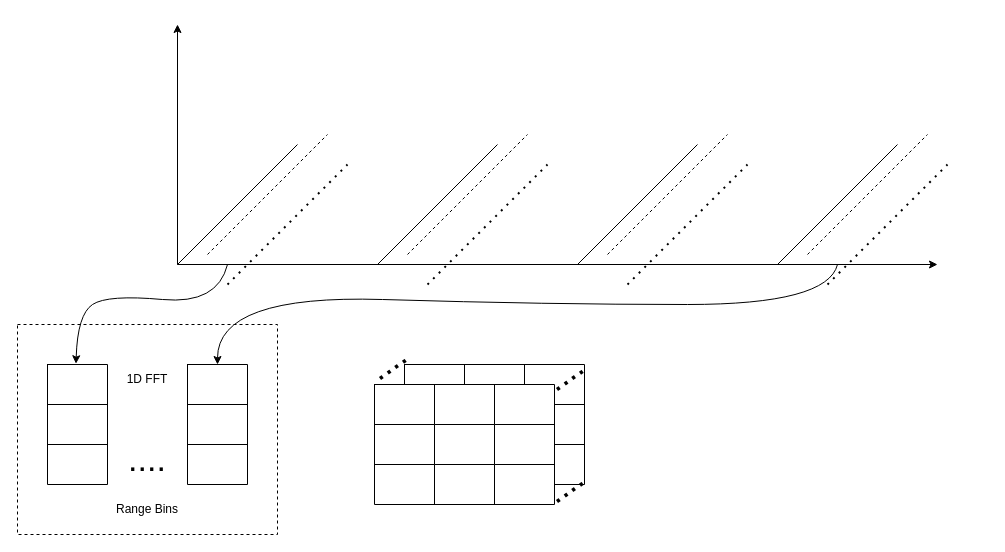
Before: Figures/systemDesign/targetLoc.drawio in Mikkelnn/ESD6-Project, a draw.io diagram. Source tidied: cells renumbered, new cells numbered last; positions are measured from the earlier drawing's top-left corner, leaving out a move shared by most shapes. Both pictures are drawn from the tidied source at 100%, with x=0, y=0 at pixel (17, 24).
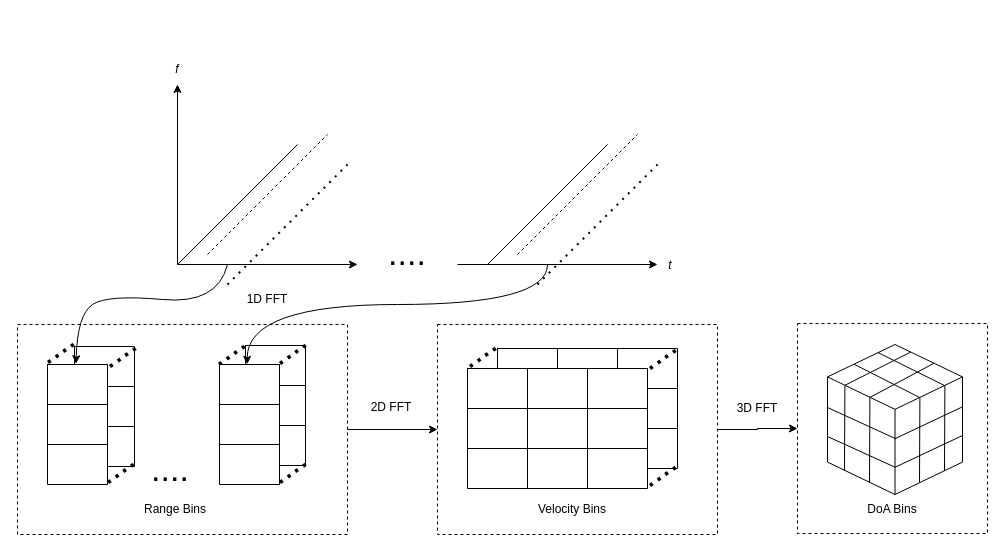
The same diagram, later.

The change refers to these unchanged cells:
```xml
<mxCell id="39" style="shape=tableRow;horizontal=0;startSize=0;swimlaneHead=0;swimlaneBody=0;strokeColor=inherit;top=0;left=0;bottom=0;right=0;fillColor=none;points=[[0,0.5],[1,0.5]];portConstraint=eastwest;fontSize=16;" parent="38" vertex="1">
  <mxGeometry width="60" height="40" as="geometry" />
</mxCell>
```

The edit, as a diff of the source:
```diff
@@
+    <mxCell id="65" style="rounded=0;whiteSpace=wrap;html=1;fillColor=none;dashed=1;" parent="1" vertex="1">
+      <mxGeometry x="780" y="299" width="190" height="210" as="geometry" />
+    </mxCell>
+    <mxCell id="66" style="edgeStyle=orthogonalEdgeStyle;rounded=0;jettySize=auto;html=1;exitX=1;exitY=0.5;exitDx=0;exitDy=0;" parent="1" edge="1" source="67" target="65">
+      <mxGeometry relative="1" as="geometry" />
+    </mxCell>
+    <mxCell id="67" style="rounded=0;whiteSpace=wrap;html=1;fillColor=none;dashed=1;" parent="1" vertex="1">
+      <mxGeometry x="420" y="300" width="280" height="210" as="geometry" />
+    </mxCell>
     <mxCell id="2" style="shape=table;startSize=0;childLayout=tableLayout;fontSize=16;" parent="1" vertex="1">
-      <mxGeometry x="387" y="340" width="180" height="120" as="geometry" />
+      <mxGeometry x="480" y="324" width="180" height="120" as="geometry" />
     </mxCell>
@@
+    <mxCell id="68" style="edgeStyle=orthogonalEdgeStyle;rounded=0;jettySize=auto;html=1;exitX=1;exitY=0.5;exitDx=0;exitDy=0;entryX=0;entryY=0.5;entryDx=0;entryDy=0;" parent="1" edge="1" source="15" target="67">
+      <mxGeometry relative="1" as="geometry" />
+    </mxCell>
     <mxCell id="15" style="rounded=0;whiteSpace=wrap;html=1;fillColor=none;dashed=1;" parent="1" vertex="1">
-      <mxGeometry y="300" width="260" height="210" as="geometry" />
+      <mxGeometry y="300" width="330" height="210" as="geometry" />
     </mxCell>
     <mxCell id="16" style="endArrow=classic;html=1;rounded=0;" parent="1" edge="1">
       <mxGeometry relative="1" as="geometry">
         <mxPoint x="160" y="240" as="sourcePoint" />
-        <mxPoint x="160" as="targetPoint" />
+        <mxPoint x="160" y="60" as="targetPoint" />
       </mxGeometry>
     </mxCell>
     <mxCell id="17" style="endArrow=classic;html=1;rounded=0;" parent="1" edge="1">
       <mxGeometry relative="1" as="geometry">
         <mxPoint x="160" y="240" as="sourcePoint" />
-        <mxPoint x="920" y="240" as="targetPoint" />
+        <mxPoint x="340" y="240" as="targetPoint" />
       </mxGeometry>
     </mxCell>
@@
-    <mxCell id="19" style="endArrow=none;html=1;rounded=0;" parent="1" edge="1">
-      <mxGeometry relative="1" as="geometry">
-        <mxPoint x="360" y="240" as="sourcePoint" />
-        <mxPoint x="480" y="120" as="targetPoint" />
-      </mxGeometry>
-    </mxCell>
-    <mxCell id="20" style="endArrow=none;html=1;rounded=0;" parent="1" edge="1">
-      <mxGeometry relative="1" as="geometry">
-        <mxPoint x="560" y="240" as="sourcePoint" />
-        <mxPoint x="680" y="120" as="targetPoint" />
-      </mxGeometry>
-    </mxCell>
     <mxCell id="21" style="endArrow=none;html=1;rounded=0;" parent="1" edge="1">
       <mxGeometry relative="1" as="geometry">
-        <mxPoint x="760" y="240" as="sourcePoint" />
-        <mxPoint x="880" y="120" as="targetPoint" />
+        <mxPoint x="470" y="240" as="sourcePoint" />
+        <mxPoint x="590" y="120" as="targetPoint" />
       </mxGeometry>
     </mxCell>
@@
-    <mxCell id="23" style="endArrow=none;dashed=1;html=1;dashPattern=1 3;strokeWidth=2;rounded=0;" parent="1" edge="1">
-      <mxGeometry relative="1" as="geometry">
-        <mxPoint x="410" y="260" as="sourcePoint" />
-        <mxPoint x="530" y="140" as="targetPoint" />
-      </mxGeometry>
-    </mxCell>
-    <mxCell id="24" style="endArrow=none;dashed=1;html=1;dashPattern=1 3;strokeWidth=2;rounded=0;" parent="1" edge="1">
-      <mxGeometry relative="1" as="geometry">
-        <mxPoint x="610" y="260" as="sourcePoint" />
-        <mxPoint x="730" y="140" as="targetPoint" />
-      </mxGeometry>
-    </mxCell>
     <mxCell id="25" style="endArrow=none;dashed=1;html=1;dashPattern=1 3;strokeWidth=2;rounded=0;" parent="1" edge="1">
       <mxGeometry relative="1" as="geometry">
-        <mxPoint x="810" y="260" as="sourcePoint" />
-        <mxPoint x="930" y="140" as="targetPoint" />
+        <mxPoint x="520" y="260" as="sourcePoint" />
+        <mxPoint x="640" y="140" as="targetPoint" />
       </mxGeometry>
     </mxCell>
@@
-    <mxCell id="27" style="endArrow=none;dashed=1;html=1;rounded=0;" parent="1" edge="1">
-      <mxGeometry relative="1" as="geometry">
-        <mxPoint x="390" y="230" as="sourcePoint" />
-        <mxPoint x="510" y="110" as="targetPoint" />
-      </mxGeometry>
-    </mxCell>
-    <mxCell id="28" style="endArrow=none;dashed=1;html=1;rounded=0;" parent="1" edge="1">
-      <mxGeometry relative="1" as="geometry">
-        <mxPoint x="590" y="230" as="sourcePoint" />
-        <mxPoint x="710" y="110" as="targetPoint" />
-      </mxGeometry>
-    </mxCell>
     <mxCell id="29" style="endArrow=none;dashed=1;html=1;rounded=0;" parent="1" edge="1">
       <mxGeometry relative="1" as="geometry">
-        <mxPoint x="790" y="230" as="sourcePoint" />
-        <mxPoint x="910" y="110" as="targetPoint" />
+        <mxPoint x="500" y="230" as="sourcePoint" />
+        <mxPoint x="620" y="110" as="targetPoint" />
       </mxGeometry>
     </mxCell>
+    <mxCell id="69" style="shape=table;startSize=0;childLayout=tableLayout;fontSize=16;" parent="1" vertex="1">
+      <mxGeometry x="57" y="322" width="60" height="120" as="geometry" />
+    </mxCell>
+    <mxCell id="70" style="shape=tableRow;horizontal=0;startSize=0;swimlaneHead=0;swimlaneBody=0;strokeColor=inherit;top=0;left=0;bottom=0;right=0;fillColor=none;fontSize=16;" parent="69" vertex="1">
+      <mxGeometry width="60" height="40" as="geometry" />
+    </mxCell>
+    <mxCell id="71" style="shape=partialRectangle;html=1;whiteSpace=wrap;strokeColor=inherit;overflow=hidden;fillColor=none;top=0;left=0;bottom=0;right=0;fontSize=16;" parent="70" vertex="1">
+      <mxGeometry width="60" height="40" as="geometry" />
+    </mxCell>
+    <mxCell id="72" style="shape=tableRow;horizontal=0;startSize=0;swimlaneHead=0;swimlaneBody=0;strokeColor=inherit;top=0;left=0;bottom=0;right=0;fillColor=none;fontSize=16;" parent="69" vertex="1">
+      <mxGeometry y="40" width="60" height="40" as="geometry" />
+    </mxCell>
+    <mxCell id="73" style="shape=partialRectangle;html=1;whiteSpace=wrap;strokeColor=inherit;overflow=hidden;fillColor=none;top=0;left=0;bottom=0;right=0;fontSize=16;" parent="72" vertex="1">
+      <mxGeometry width="60" height="40" as="geometry" />
+    </mxCell>
+    <mxCell id="74" style="shape=tableRow;horizontal=0;startSize=0;swimlaneHead=0;swimlaneBody=0;strokeColor=inherit;top=0;left=0;bottom=0;right=0;fillColor=none;fontSize=16;" parent="69" vertex="1">
+      <mxGeometry y="80" width="60" height="40" as="geometry" />
+    </mxCell>
+    <mxCell id="75" style="shape=partialRectangle;html=1;whiteSpace=wrap;strokeColor=inherit;overflow=hidden;fillColor=none;top=0;left=0;bottom=0;right=0;fontSize=16;" parent="74" vertex="1">
+      <mxGeometry width="60" height="40" as="geometry" />
+    </mxCell>
@@
     <mxCell id="38" style="shape=table;startSize=0;childLayout=tableLayout;fontSize=16;" parent="1" vertex="1">
-      <mxGeometry x="170" y="340" width="60" height="120" as="geometry" />
+      <mxGeometry x="228" y="321" width="60" height="120" as="geometry" />
     </mxCell>
@@
     <mxCell id="45" value="&lt;font style=&quot;font-size: 34px;&quot;&gt;....&lt;/font&gt;" style="text;html=1;align=center;verticalAlign=middle;whiteSpace=wrap;rounded=0;" parent="1" vertex="1">
-      <mxGeometry x="100" y="420" width="60" height="30" as="geometry" />
+      <mxGeometry x="123" y="430" width="60" height="30" as="geometry" />
     </mxCell>
-    <mxCell id="46" style="endArrow=classic;html=1;rounded=0;curved=1;" parent="1" edge="1" target="39">
-      <mxGeometry relative="1" as="geometry">
-        <mxPoint x="820" y="240" as="sourcePoint" />
-        <Array as="points">
-          <mxPoint x="810" y="280" />
-          <mxPoint x="530" y="280" />
-          <mxPoint x="200" y="270" />
-        </Array>
-      </mxGeometry>
-    </mxCell>
     <mxCell id="47" value="1D FFT" style="text;html=1;align=center;verticalAlign=middle;whiteSpace=wrap;rounded=0;" parent="1" vertex="1">
-      <mxGeometry x="100" y="340" width="60" height="30" as="geometry" />
+      <mxGeometry x="220" y="260" width="60" height="30" as="geometry" />
     </mxCell>
     <mxCell id="48" value="Range Bins" style="text;html=1;align=center;verticalAlign=middle;whiteSpace=wrap;rounded=0;" parent="1" vertex="1">
-      <mxGeometry x="95" y="470" width="70" height="30" as="geometry" />
+      <mxGeometry x="123" y="470" width="70" height="30" as="geometry" />
     </mxCell>
     <mxCell id="49" style="shape=table;startSize=0;childLayout=tableLayout;fontSize=16;" parent="1" vertex="1">
-      <mxGeometry x="357" y="360" width="180" height="120" as="geometry" />
+      <mxGeometry x="450" y="344" width="180" height="120" as="geometry" />
     </mxCell>
@@
     <mxCell id="62" value="&lt;font style=&quot;font-size: 34px;&quot;&gt;....&lt;/font&gt;" style="text;html=1;align=center;verticalAlign=middle;whiteSpace=wrap;rounded=0;rotation=-35;" parent="1" vertex="1">
-      <mxGeometry x="517" y="333" width="60" height="30" as="geometry" />
+      <mxGeometry x="610" y="312" width="60" height="30" as="geometry" />
     </mxCell>
     <mxCell id="63" value="&lt;font style=&quot;font-size: 34px;&quot;&gt;....&lt;/font&gt;" style="text;html=1;align=center;verticalAlign=middle;whiteSpace=wrap;rounded=0;rotation=-35;" parent="1" vertex="1">
-      <mxGeometry x="340" y="322" width="60" height="30" as="geometry" />
+      <mxGeometry x="430" y="310" width="60" height="30" as="geometry" />
     </mxCell>
     <mxCell id="64" value="&lt;font style=&quot;font-size: 34px;&quot;&gt;....&lt;/font&gt;" style="text;html=1;align=center;verticalAlign=middle;whiteSpace=wrap;rounded=0;rotation=-35;" parent="1" vertex="1">
-      <mxGeometry x="517" y="445" width="60" height="30" as="geometry" />
+      <mxGeometry x="610" y="429" width="60" height="30" as="geometry" />
     </mxCell>
+    <mxCell id="76" value="&lt;font style=&quot;font-size: 34px;&quot;&gt;....&lt;/font&gt;" style="text;html=1;align=center;verticalAlign=middle;whiteSpace=wrap;rounded=0;" parent="1" vertex="1">
+      <mxGeometry x="360" y="214" width="60" height="30" as="geometry" />
+    </mxCell>
+    <mxCell id="77" style="endArrow=classic;html=1;rounded=0;" parent="1" edge="1">
+      <mxGeometry relative="1" as="geometry">
+        <mxPoint x="440" y="240" as="sourcePoint" />
+        <mxPoint x="640" y="240" as="targetPoint" />
+      </mxGeometry>
+    </mxCell>
+    <mxCell id="78" value="&lt;font style=&quot;font-size: 34px;&quot;&gt;....&lt;/font&gt;" style="text;html=1;align=center;verticalAlign=middle;whiteSpace=wrap;rounded=0;rotation=-35;" parent="1" vertex="1">
+      <mxGeometry x="70" y="310" width="60" height="30" as="geometry" />
+    </mxCell>
+    <mxCell id="79" value="&lt;font style=&quot;font-size: 34px;&quot;&gt;....&lt;/font&gt;" style="text;html=1;align=center;verticalAlign=middle;whiteSpace=wrap;rounded=0;rotation=-35;" parent="1" vertex="1">
+      <mxGeometry x="8" y="306" width="60" height="30" as="geometry" />
+    </mxCell>
+    <mxCell id="80" value="&lt;font style=&quot;font-size: 34px;&quot;&gt;....&lt;/font&gt;" style="text;html=1;align=center;verticalAlign=middle;whiteSpace=wrap;rounded=0;rotation=-35;" parent="1" vertex="1">
+      <mxGeometry x="68" y="426" width="60" height="30" as="geometry" />
+    </mxCell>
+    <mxCell id="81" value="&lt;font style=&quot;font-size: 34px;&quot;&gt;....&lt;/font&gt;" style="text;html=1;align=center;verticalAlign=middle;whiteSpace=wrap;rounded=0;rotation=-35;" parent="1" vertex="1">
+      <mxGeometry x="240" y="426" width="60" height="30" as="geometry" />
+    </mxCell>
+    <mxCell id="82" value="&lt;font style=&quot;font-size: 34px;&quot;&gt;....&lt;/font&gt;" style="text;html=1;align=center;verticalAlign=middle;whiteSpace=wrap;rounded=0;rotation=-35;" parent="1" vertex="1">
+      <mxGeometry x="179" y="308" width="60" height="30" as="geometry" />
+    </mxCell>
+    <mxCell id="83" style="shape=table;startSize=0;childLayout=tableLayout;fontSize=16;" parent="1" vertex="1">
+      <mxGeometry x="202" y="340" width="60" height="120" as="geometry" />
+    </mxCell>
+    <mxCell id="84" style="shape=tableRow;horizontal=0;startSize=0;swimlaneHead=0;swimlaneBody=0;strokeColor=inherit;top=0;left=0;bottom=0;right=0;fillColor=none;points=[[0,0.5],[1,0.5]];portConstraint=eastwest;fontSize=16;" parent="83" vertex="1">
+      <mxGeometry width="60" height="40" as="geometry" />
+    </mxCell>
+    <mxCell id="85" style="shape=partialRectangle;html=1;whiteSpace=wrap;strokeColor=inherit;overflow=hidden;fillColor=none;top=0;left=0;bottom=0;right=0;fontSize=16;" parent="84" vertex="1">
+      <mxGeometry width="60" height="40" as="geometry" />
+    </mxCell>
+    <mxCell id="86" style="shape=tableRow;horizontal=0;startSize=0;swimlaneHead=0;swimlaneBody=0;strokeColor=inherit;top=0;left=0;bottom=0;right=0;fillColor=none;fontSize=16;" parent="83" vertex="1">
+      <mxGeometry y="40" width="60" height="40" as="geometry" />
+    </mxCell>
+    <mxCell id="87" style="shape=partialRectangle;html=1;whiteSpace=wrap;strokeColor=inherit;overflow=hidden;fillColor=none;top=0;left=0;bottom=0;right=0;fontSize=16;" parent="86" vertex="1">
+      <mxGeometry width="60" height="40" as="geometry" />
+    </mxCell>
+    <mxCell id="88" style="shape=tableRow;horizontal=0;startSize=0;swimlaneHead=0;swimlaneBody=0;strokeColor=inherit;top=0;left=0;bottom=0;right=0;fillColor=none;fontSize=16;" parent="83" vertex="1">
+      <mxGeometry y="80" width="60" height="40" as="geometry" />
+    </mxCell>
+    <mxCell id="89" style="shape=partialRectangle;html=1;whiteSpace=wrap;strokeColor=inherit;overflow=hidden;fillColor=none;top=0;left=0;bottom=0;right=0;fontSize=16;" parent="88" vertex="1">
+      <mxGeometry width="60" height="40" as="geometry" />
+    </mxCell>
+    <mxCell id="90" value="&lt;font style=&quot;font-size: 34px;&quot;&gt;....&lt;/font&gt;" style="text;html=1;align=center;verticalAlign=middle;whiteSpace=wrap;rounded=0;rotation=-35;" parent="1" vertex="1">
+      <mxGeometry x="240" y="307" width="60" height="30" as="geometry" />
+    </mxCell>
+    <mxCell id="91" style="endArrow=classic;html=1;rounded=0;entryX=0.46;entryY=-0.005;entryDx=0;entryDy=0;entryPerimeter=0;curved=1;" parent="1" edge="1" target="84">
+      <mxGeometry relative="1" as="geometry">
+        <mxPoint x="530" y="240" as="sourcePoint" />
+        <Array as="points">
+          <mxPoint x="530" y="280" />
+          <mxPoint x="230" y="280" />
+        </Array>
+      </mxGeometry>
+    </mxCell>
+    <mxCell id="92" value="2D FFT" style="text;html=1;align=center;verticalAlign=middle;whiteSpace=wrap;rounded=0;" parent="1" vertex="1">
+      <mxGeometry x="344" y="368" width="60" height="30" as="geometry" />
+    </mxCell>
+    <mxCell id="93" value="Velocity Bins" style="text;html=1;align=center;verticalAlign=middle;whiteSpace=wrap;rounded=0;" parent="1" vertex="1">
+      <mxGeometry x="510" y="470" width="90" height="30" as="geometry" />
+    </mxCell>
+    <mxCell id="94" style="html=1;whiteSpace=wrap;shape=isoCube2;backgroundOutline=1;isoAngle=15;" parent="1" vertex="1">
+      <mxGeometry x="810" y="320" width="135" height="150" as="geometry" />
+    </mxCell>
+    <mxCell id="95" style="endArrow=none;html=1;rounded=0;entryX=0.077;entryY=0.253;entryDx=0;entryDy=0;entryPerimeter=0;" parent="1" edge="1">
+      <mxGeometry relative="1" as="geometry">
+        <mxPoint x="827" y="445.9" as="sourcePoint" />
+        <mxPoint x="827.4" y="361" as="targetPoint" />
+      </mxGeometry>
+    </mxCell>
+    <mxCell id="96" style="endArrow=none;html=1;rounded=0;entryX=0.077;entryY=0.253;entryDx=0;entryDy=0;entryPerimeter=0;" parent="1" edge="1">
+      <mxGeometry relative="1" as="geometry">
+        <mxPoint x="852" y="457.9" as="sourcePoint" />
+        <mxPoint x="852.4" y="373" as="targetPoint" />
+      </mxGeometry>
+    </mxCell>
+    <mxCell id="97" style="endArrow=none;html=1;rounded=0;entryX=0.077;entryY=0.253;entryDx=0;entryDy=0;entryPerimeter=0;" parent="1" edge="1">
+      <mxGeometry relative="1" as="geometry">
+        <mxPoint x="902" y="457.9" as="sourcePoint" />
+        <mxPoint x="902.4" y="373" as="targetPoint" />
+      </mxGeometry>
+    </mxCell>
+    <mxCell id="98" style="endArrow=none;html=1;rounded=0;entryX=0.077;entryY=0.253;entryDx=0;entryDy=0;entryPerimeter=0;" parent="1" edge="1">
+      <mxGeometry relative="1" as="geometry">
+        <mxPoint x="927" y="445.9" as="sourcePoint" />
+        <mxPoint x="927.4" y="361" as="targetPoint" />
+      </mxGeometry>
+    </mxCell>
+    <mxCell id="99" style="endArrow=none;html=1;rounded=0;entryX=0.129;entryY=0.272;entryDx=0;entryDy=0;entryPerimeter=0;exitX=0.615;exitY=0.051;exitDx=0;exitDy=0;exitPerimeter=0;" parent="1" edge="1" source="94" target="94">
+      <mxGeometry relative="1" as="geometry" />
+    </mxCell>
+    <mxCell id="100" style="endArrow=none;html=1;rounded=0;entryX=0.312;entryY=0.354;entryDx=0;entryDy=0;entryPerimeter=0;exitX=0.787;exitY=0.126;exitDx=0;exitDy=0;exitPerimeter=0;" parent="1" edge="1" source="94" target="94">
+      <mxGeometry relative="1" as="geometry" />
+    </mxCell>
+    <mxCell id="101" style="endArrow=none;html=1;rounded=0;entryX=0.684;entryY=0.354;entryDx=0;entryDy=0;entryPerimeter=0;exitX=0.198;exitY=0.132;exitDx=0;exitDy=0;exitPerimeter=0;" parent="1" edge="1" source="94" target="94">
+      <mxGeometry relative="1" as="geometry" />
+    </mxCell>
+    <mxCell id="102" style="endArrow=none;html=1;rounded=0;entryX=0.684;entryY=0.354;entryDx=0;entryDy=0;entryPerimeter=0;exitX=0.372;exitY=0.053;exitDx=0;exitDy=0;exitPerimeter=0;" parent="1" edge="1" source="94">
+      <mxGeometry relative="1" as="geometry">
+        <mxPoint x="927" y="361" as="targetPoint" />
+      </mxGeometry>
+    </mxCell>
+    <mxCell id="103" style="endArrow=none;html=1;rounded=0;entryX=0.5;entryY=0.626;entryDx=0;entryDy=0;entryPerimeter=0;exitX=0.385;exitY=0.048;exitDx=0;exitDy=0;exitPerimeter=0;" parent="1" edge="1" target="94">
+      <mxGeometry relative="1" as="geometry">
+        <mxPoint x="810" y="383" as="sourcePoint" />
+      </mxGeometry>
+    </mxCell>
+    <mxCell id="104" style="endArrow=none;html=1;rounded=0;entryX=0.497;entryY=0.797;entryDx=0;entryDy=0;entryPerimeter=0;exitX=0.385;exitY=0.048;exitDx=0;exitDy=0;exitPerimeter=0;" parent="1" edge="1">
+      <mxGeometry relative="1" as="geometry">
+        <mxPoint x="810" y="412" as="sourcePoint" />
+        <mxPoint x="877.1" y="442.5" as="targetPoint" />
+      </mxGeometry>
+    </mxCell>
+    <mxCell id="105" style="endArrow=none;html=1;rounded=0;exitX=0.497;exitY=0.629;exitDx=0;exitDy=0;exitPerimeter=0;entryX=0.999;entryY=0.416;entryDx=0;entryDy=0;entryPerimeter=0;" parent="1" edge="1" source="94" target="94">
+      <mxGeometry relative="1" as="geometry" />
+    </mxCell>
+    <mxCell id="106" style="endArrow=none;html=1;rounded=0;exitX=0.497;exitY=0.629;exitDx=0;exitDy=0;exitPerimeter=0;entryX=0.999;entryY=0.416;entryDx=0;entryDy=0;entryPerimeter=0;" parent="1" edge="1">
+      <mxGeometry relative="1" as="geometry">
+        <mxPoint x="877" y="443" as="sourcePoint" />
+        <mxPoint x="945" y="411" as="targetPoint" />
+      </mxGeometry>
+    </mxCell>
+    <mxCell id="107" value="DoA Bins" style="text;html=1;align=center;verticalAlign=middle;whiteSpace=wrap;rounded=0;" parent="1" vertex="1">
+      <mxGeometry x="845" y="470" width="60" height="30" as="geometry" />
+    </mxCell>
+    <mxCell id="108" value="3D FFT" style="text;html=1;align=center;verticalAlign=middle;whiteSpace=wrap;rounded=0;" parent="1" vertex="1">
+      <mxGeometry x="710" y="369" width="60" height="30" as="geometry" />
+    </mxCell>
+    <mxCell id="109" value="&lt;i&gt;f&lt;/i&gt;" style="text;html=1;align=center;verticalAlign=middle;whiteSpace=wrap;rounded=0;" parent="1" vertex="1">
+      <mxGeometry x="130" y="30" width="60" height="30" as="geometry" />
+    </mxCell>
+    <mxCell id="110" value="&lt;i&gt;t&lt;/i&gt;" style="text;html=1;align=center;verticalAlign=middle;whiteSpace=wrap;rounded=0;" parent="1" vertex="1">
+      <mxGeometry x="623" y="226" width="60" height="30" as="geometry" />
+    </mxCell>
```
